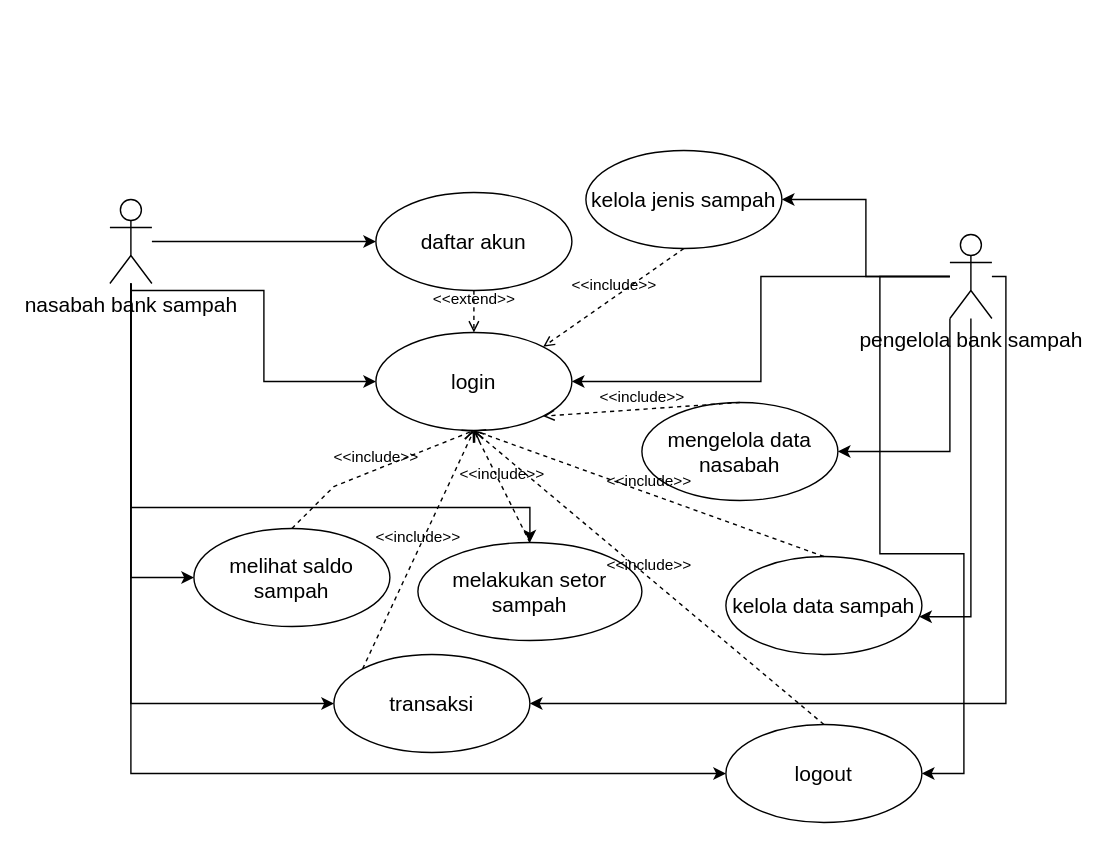
The draw.io diagram page "use case" (1 of 22) of Untitled Diagram.drawio in dreamergirl01/uml_bankSampah, before the edit. Source tidied: cells renumbered, new cells numbered last; positions are measured from the earlier drawing's top-left corner, leaving out a move shared by most shapes. Both pictures are drawn from the tidied source at 140%, with x=0, y=0 at pixel (109, 150).
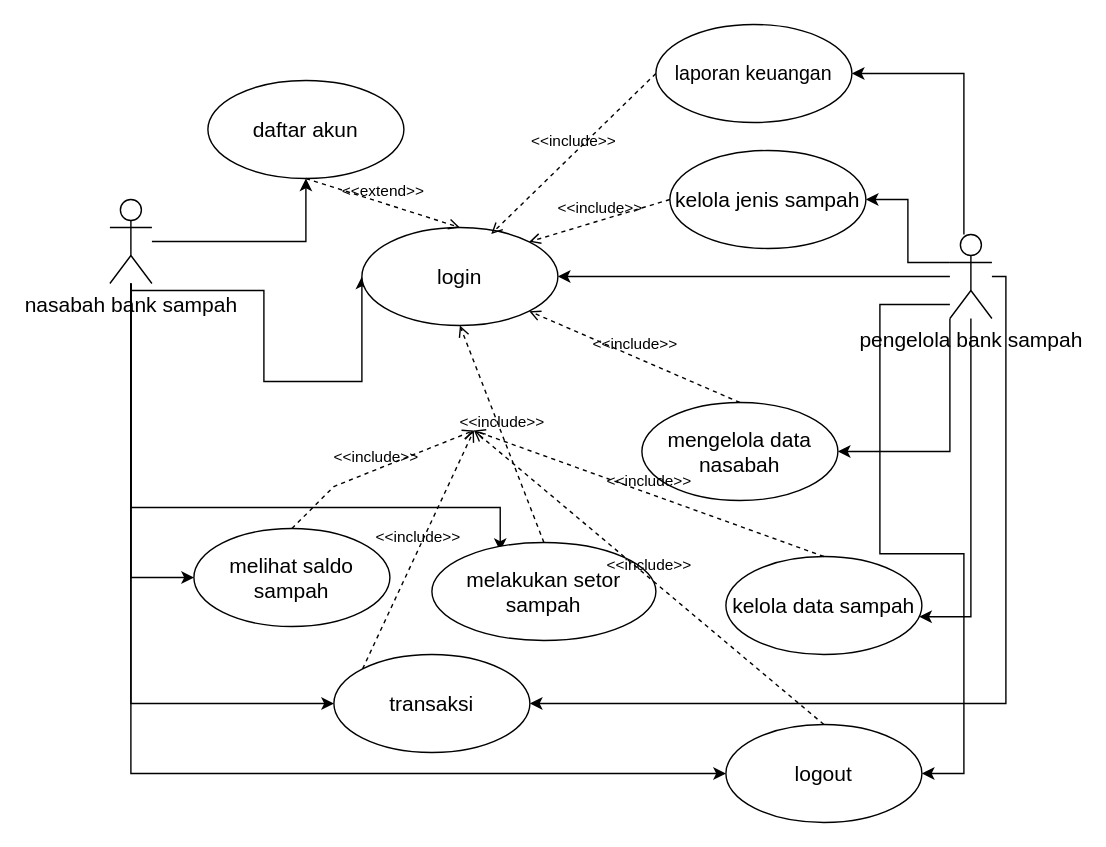
The same page after the edit.

Commit message:
sequence diagram laporan keuangan.drawio

Unchanged cells that the change refers to:
```xml
<mxCell id="8" value="nasabah bank sampah" style="shape=umlActor;verticalLabelPosition=bottom;verticalAlign=top;html=1;fontSize=15;" parent="1" vertex="1">
  <mxGeometry y="35" width="30" height="60" as="geometry" />
</mxCell>
<mxCell id="14" value="&lt;div&gt;&lt;span style=&quot;background-color: initial;&quot;&gt;pengelola bank sampah&lt;/span&gt;&lt;/div&gt;" style="shape=umlActor;verticalLabelPosition=bottom;verticalAlign=top;html=1;fontSize=15;" parent="1" vertex="1">
  <mxGeometry x="600" y="60" width="30" height="60" as="geometry" />
</mxCell>
<mxCell id="16" value="logout" style="ellipse;whiteSpace=wrap;html=1;fontSize=15;" parent="1" vertex="1">
  <mxGeometry x="440" y="410" width="140" height="70" as="geometry" />
</mxCell>
```

Diff of the diagram source:
```diff
@@
-    <mxCell id="5" style="edgeStyle=orthogonalEdgeStyle;rounded=0;jettySize=auto;html=1;entryX=0.5;entryY=0;entryDx=0;entryDy=0;" parent="1" edge="1" source="8" target="18">
+    <mxCell id="5" style="edgeStyle=orthogonalEdgeStyle;rounded=0;jettySize=auto;html=1;entryX=0.305;entryY=0.086;entryDx=0;entryDy=0;entryPerimeter=0;" parent="1" edge="1" source="8" target="18">
       <mxGeometry relative="1" as="geometry">
         <Array as="points">
           <mxPoint x="15" y="255" />
-          <mxPoint x="300" y="255" />
+          <mxPoint x="279" y="255" />
         </Array>
       </mxGeometry>
     </mxCell>
@@
     <mxCell id="10" style="edgeStyle=orthogonalEdgeStyle;rounded=0;jettySize=auto;html=1;entryX=1;entryY=0.5;entryDx=0;entryDy=0;" parent="1" edge="1" source="14" target="16">
       <mxGeometry relative="1" as="geometry">
         <Array as="points">
+          <mxPoint x="550" y="110" />
           <mxPoint x="550" y="288" />
           <mxPoint x="610" y="288" />
           <mxPoint x="610" y="445" />
         </Array>
       </mxGeometry>
     </mxCell>
@@
     <mxCell id="13" style="edgeStyle=orthogonalEdgeStyle;rounded=0;jettySize=auto;html=1;entryX=1;entryY=0.5;entryDx=0;entryDy=0;" parent="1" edge="1" source="14" target="31">
-      <mxGeometry relative="1" as="geometry" />
+      <mxGeometry relative="1" as="geometry">
+        <Array as="points">
+          <mxPoint x="570" y="80" />
+          <mxPoint x="570" y="35" />
+        </Array>
+      </mxGeometry>
     </mxCell>
+    <mxCell id="33" style="edgeStyle=orthogonalEdgeStyle;rounded=0;jettySize=auto;html=1;entryX=1;entryY=0.5;entryDx=0;entryDy=0;" parent="1" edge="1" source="14" target="34">
+      <mxGeometry relative="1" as="geometry">
+        <Array as="points">
+          <mxPoint x="610" y="-55" />
+        </Array>
+      </mxGeometry>
+    </mxCell>
@@
     <mxCell id="15" value="login" style="ellipse;whiteSpace=wrap;html=1;fontSize=15;" parent="1" vertex="1">
-      <mxGeometry x="190" y="130" width="140" height="70" as="geometry" />
+      <mxGeometry x="180" y="55" width="140" height="70" as="geometry" />
     </mxCell>
@@
     <mxCell id="17" value="daftar akun" style="ellipse;whiteSpace=wrap;html=1;fontSize=15;" parent="1" vertex="1">
-      <mxGeometry x="190" y="30" width="140" height="70" as="geometry" />
+      <mxGeometry x="70" y="-50" width="140" height="70" as="geometry" />
     </mxCell>
     <mxCell id="18" value="melakukan setor sampah" style="ellipse;whiteSpace=wrap;html=1;fontSize=15;" parent="1" vertex="1">
-      <mxGeometry x="220" y="280" width="160" height="70" as="geometry" />
+      <mxGeometry x="230" y="280" width="160" height="70" as="geometry" />
     </mxCell>
@@
     <mxCell id="31" value="kelola jenis sampah" style="ellipse;whiteSpace=wrap;html=1;fontSize=15;" parent="1" vertex="1">
-      <mxGeometry x="340" width="140" height="70" as="geometry" />
+      <mxGeometry x="400" width="140" height="70" as="geometry" />
     </mxCell>
-    <mxCell id="32" value="&amp;lt;&amp;lt;include&amp;gt;&amp;gt;" style="html=1;verticalAlign=bottom;labelBackgroundColor=none;endArrow=open;endFill=0;dashed=1;rounded=0;exitX=0.5;exitY=1;exitDx=0;exitDy=0;entryX=1;entryY=0;entryDx=0;entryDy=0;" parent="1" edge="1" source="31" target="15">
+    <mxCell id="32" value="&amp;lt;&amp;lt;include&amp;gt;&amp;gt;" style="html=1;verticalAlign=bottom;labelBackgroundColor=none;endArrow=open;endFill=0;dashed=1;rounded=0;exitX=0;exitY=0.5;exitDx=0;exitDy=0;entryX=1;entryY=0;entryDx=0;entryDy=0;" parent="1" edge="1" source="31" target="15">
       <mxGeometry relative="1" as="geometry" />
     </mxCell>
+    <mxCell id="34" value="laporan keuangan" style="ellipse;whiteSpace=wrap;html=1;fontSize=14;" parent="1" vertex="1">
+      <mxGeometry x="390" y="-90" width="140" height="70" as="geometry" />
+    </mxCell>
+    <mxCell id="35" value="&amp;lt;&amp;lt;include&amp;gt;&amp;gt;" style="html=1;verticalAlign=bottom;labelBackgroundColor=none;endArrow=open;endFill=0;dashed=1;rounded=0;entryX=0.66;entryY=0.066;entryDx=0;entryDy=0;entryPerimeter=0;exitX=0;exitY=0.5;exitDx=0;exitDy=0;" parent="1" edge="1" source="34" target="15">
+      <mxGeometry relative="1" as="geometry" />
+    </mxCell>
```
